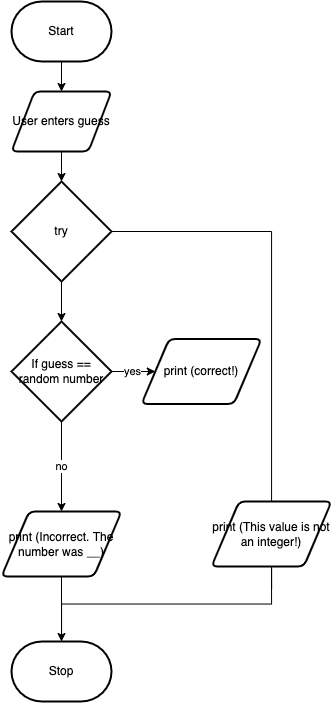
Earlier version of the draw.io export flowchart.png (joannesanthosh/ICS3U-Unit3-06-Python). Source tidied: cells renumbered, new cells last; positions are measured from the earlier drawing's top-left corner, leaving out a move shared by most shapes.
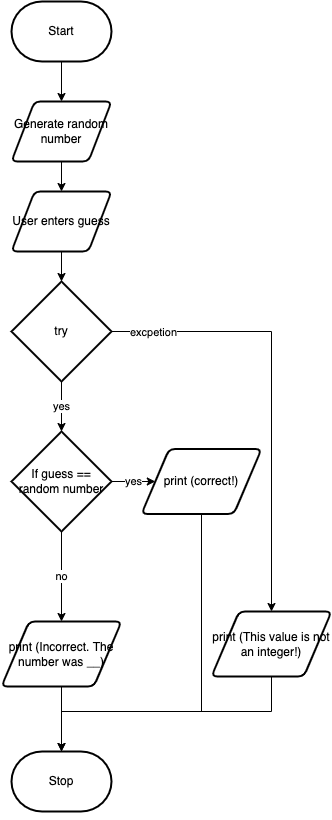
The same file after the commit.

Change to the diagram source:
```diff
@@ -2,32 +2,44 @@
   <root>
     <mxCell id="0" />
     <mxCell id="1" parent="0" />
-    <mxCell id="2" style="edgeStyle=none;html=1;exitX=0.5;exitY=1;exitDx=0;exitDy=0;exitPerimeter=0;entryX=0.5;entryY=0;entryDx=0;entryDy=0;" parent="1" edge="1" source="3" target="5">
-      <mxGeometry relative="1" as="geometry" />
-    </mxCell>
+    <mxCell id="19" style="edgeStyle=none;html=1;exitX=0.5;exitY=1;exitDx=0;exitDy=0;exitPerimeter=0;entryX=0.5;entryY=0;entryDx=0;entryDy=0;" parent="1" edge="1" source="3" target="23">
+      <mxGeometry relative="1" as="geometry" />
+    </mxCell>
     <mxCell id="3" value="Start" style="strokeWidth=2;html=1;shape=mxgraph.flowchart.terminator;whiteSpace=wrap;" parent="1" vertex="1">
-      <mxGeometry x="10" width="100" height="60" as="geometry" />
+      <mxGeometry x="10" y="-110" width="100" height="60" as="geometry" />
     </mxCell>
     <mxCell id="4" style="edgeStyle=none;html=1;exitX=0.5;exitY=1;exitDx=0;exitDy=0;entryX=0.5;entryY=0;entryDx=0;entryDy=0;entryPerimeter=0;" parent="1" edge="1" source="5" target="8">
       <mxGeometry relative="1" as="geometry" />
     </mxCell>
     <mxCell id="5" value="User enters guess" style="shape=parallelogram;html=1;strokeWidth=2;perimeter=parallelogramPerimeter;whiteSpace=wrap;rounded=1;arcSize=12;size=0.23;" parent="1" vertex="1">
-      <mxGeometry x="10" y="90" width="100" height="60" as="geometry" />
+      <mxGeometry x="10" y="80" width="100" height="60" as="geometry" />
     </mxCell>
-    <mxCell id="6" style="edgeStyle=none;html=1;exitX=0.5;exitY=1;exitDx=0;exitDy=0;exitPerimeter=0;entryX=0.5;entryY=0;entryDx=0;entryDy=0;entryPerimeter=0;" parent="1" edge="1" source="8" target="12">
+    <mxCell id="6" value="yes" style="edgeStyle=none;html=1;exitX=0.5;exitY=1;exitDx=0;exitDy=0;exitPerimeter=0;entryX=0.5;entryY=0;entryDx=0;entryDy=0;entryPerimeter=0;" parent="1" edge="1" source="8" target="12">
       <mxGeometry relative="1" as="geometry" />
     </mxCell>
     <mxCell id="7" style="edgeStyle=orthogonalEdgeStyle;html=1;exitX=1;exitY=0.5;exitDx=0;exitDy=0;exitPerimeter=0;entryX=0.5;entryY=0;entryDx=0;entryDy=0;rounded=0;" parent="1" edge="1" source="8" target="16">
       <mxGeometry relative="1" as="geometry">
         <Array as="points">
-          <mxPoint x="270" y="230" />
-          <mxPoint x="270" y="587" />
+          <mxPoint x="270" y="220" />
         </Array>
       </mxGeometry>
     </mxCell>
+    <mxCell id="20" value="excpetion" style="edgeLabel;html=1;align=center;verticalAlign=middle;" parent="7" vertex="1">
+      <mxGeometry x="-0.81" y="-4" relative="1" as="geometry">
+        <mxPoint y="-4" as="offset" />
+      </mxGeometry>
+    </mxCell>
     <mxCell id="8" value="try" style="strokeWidth=2;html=1;shape=mxgraph.flowchart.decision;whiteSpace=wrap;" parent="1" vertex="1">
-      <mxGeometry x="10" y="180" width="100" height="100" as="geometry" />
+      <mxGeometry x="10" y="170" width="100" height="100" as="geometry" />
     </mxCell>
+    <mxCell id="21" style="edgeStyle=orthogonalEdgeStyle;rounded=0;html=1;exitX=0.5;exitY=1;exitDx=0;exitDy=0;entryX=0.5;entryY=0;entryDx=0;entryDy=0;entryPerimeter=0;" parent="1" edge="1" source="9" target="17">
+      <mxGeometry relative="1" as="geometry">
+        <Array as="points">
+          <mxPoint x="200" y="600" />
+          <mxPoint x="60" y="600" />
+        </Array>
+      </mxGeometry>
+    </mxCell>
     <mxCell id="9" value="print (correct!)" style="shape=parallelogram;html=1;strokeWidth=2;perimeter=parallelogramPerimeter;whiteSpace=wrap;rounded=1;arcSize=12;size=0.23;" parent="1" vertex="1">
       <mxGeometry x="140" y="337.5" width="120" height="65" as="geometry" />
     </mxCell>
@@ -58,7 +70,18 @@
       <mxGeometry x="10" y="640" width="100" height="60" as="geometry" />
     </mxCell>
     <mxCell id="18" style="edgeStyle=orthogonalEdgeStyle;rounded=0;html=1;exitX=0.5;exitY=1;exitDx=0;exitDy=0;endArrow=none;" parent="1" edge="1" source="16" target="17">
-      <mxGeometry relative="1" as="geometry" />
+      <mxGeometry relative="1" as="geometry">
+        <Array as="points">
+          <mxPoint x="270" y="600" />
+          <mxPoint x="60" y="600" />
+        </Array>
+      </mxGeometry>
     </mxCell>
+    <mxCell id="22" style="edgeStyle=none;html=1;exitX=0.5;exitY=1;exitDx=0;exitDy=0;entryX=0.5;entryY=0;entryDx=0;entryDy=0;" parent="1" edge="1" source="23" target="5">
+      <mxGeometry relative="1" as="geometry" />
+    </mxCell>
+    <mxCell id="23" value="Generate random number" style="shape=parallelogram;html=1;strokeWidth=2;perimeter=parallelogramPerimeter;whiteSpace=wrap;rounded=1;arcSize=12;size=0.23;" parent="1" vertex="1">
+      <mxGeometry x="10" y="-10" width="100" height="60" as="geometry" />
+    </mxCell>
   </root>
 </mxGraphModel>
```
